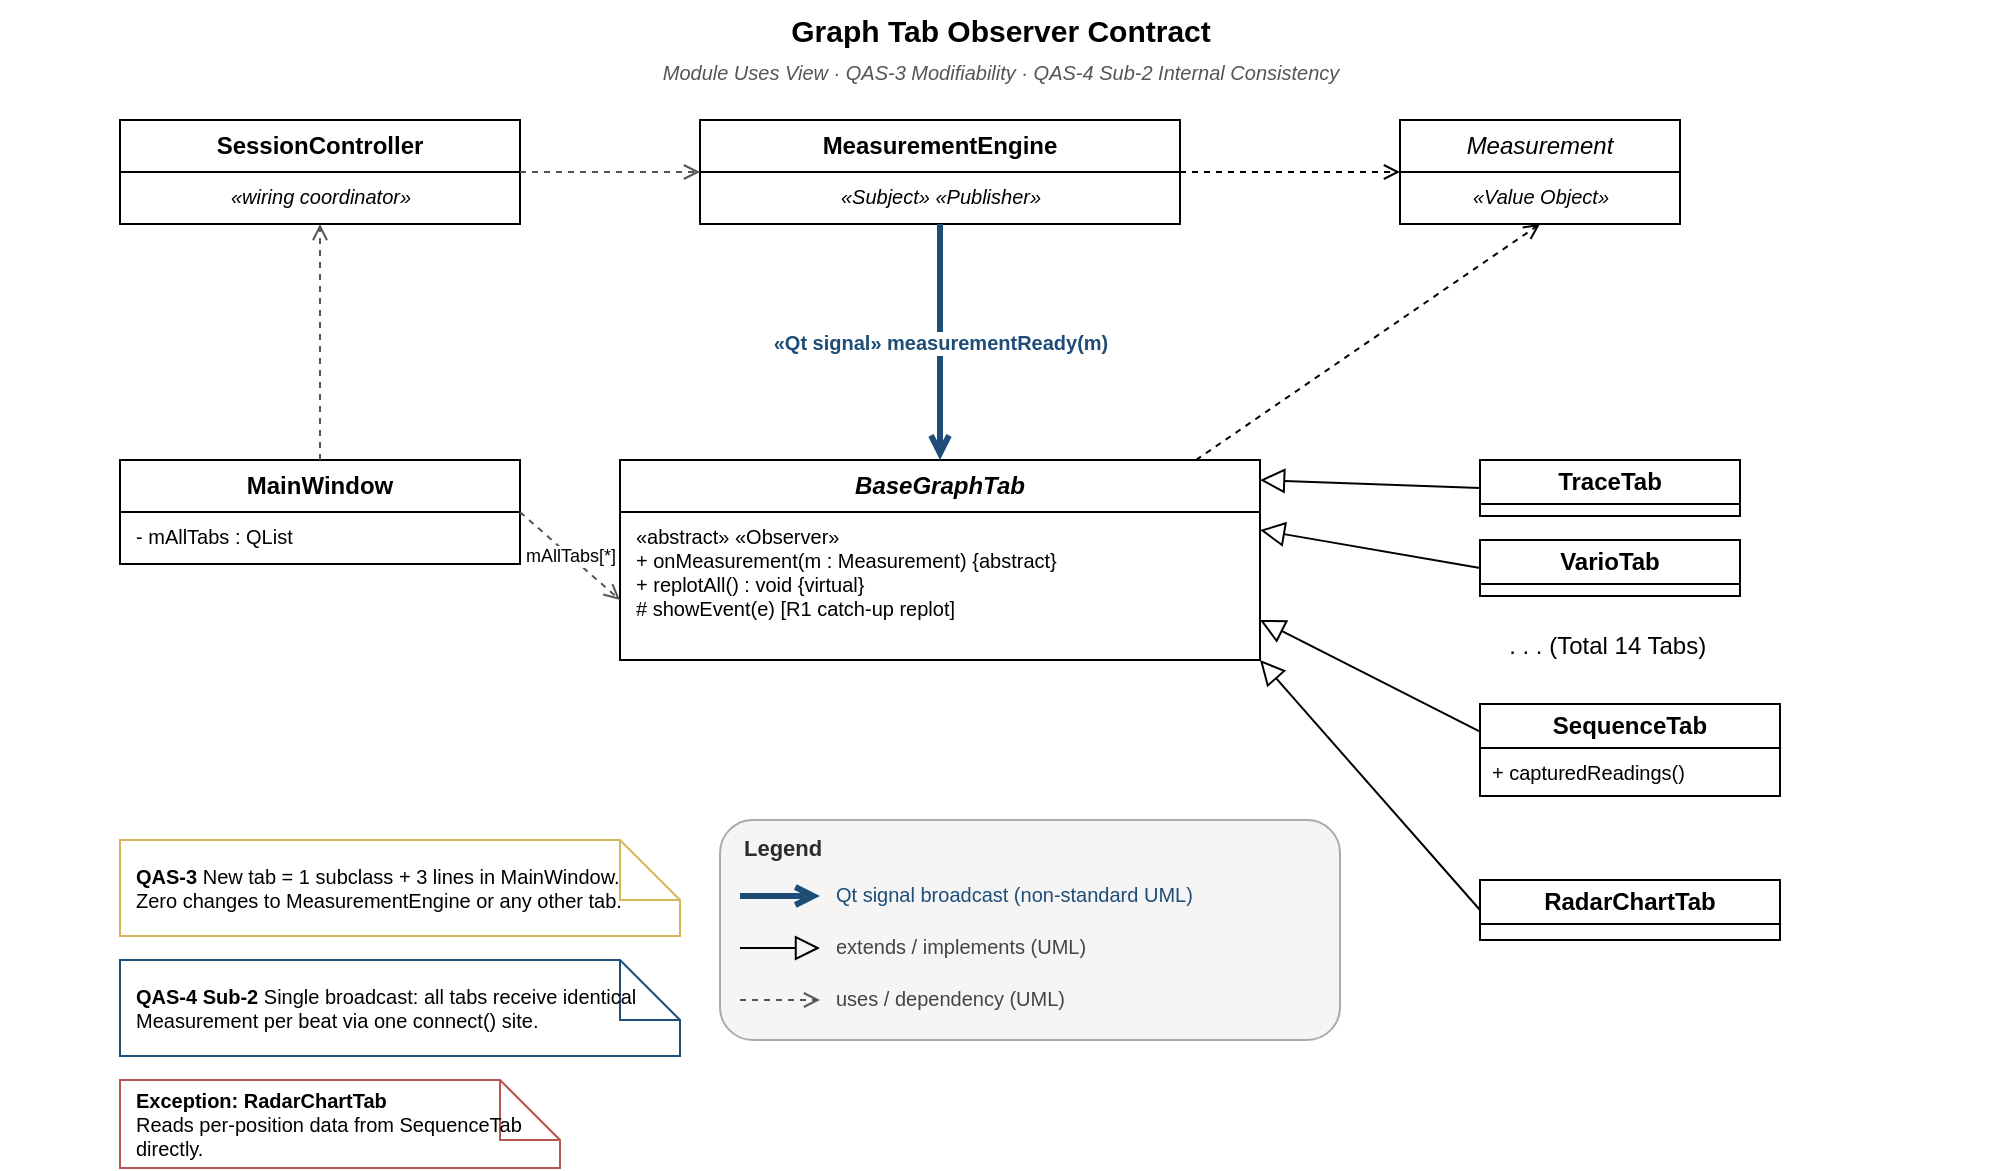
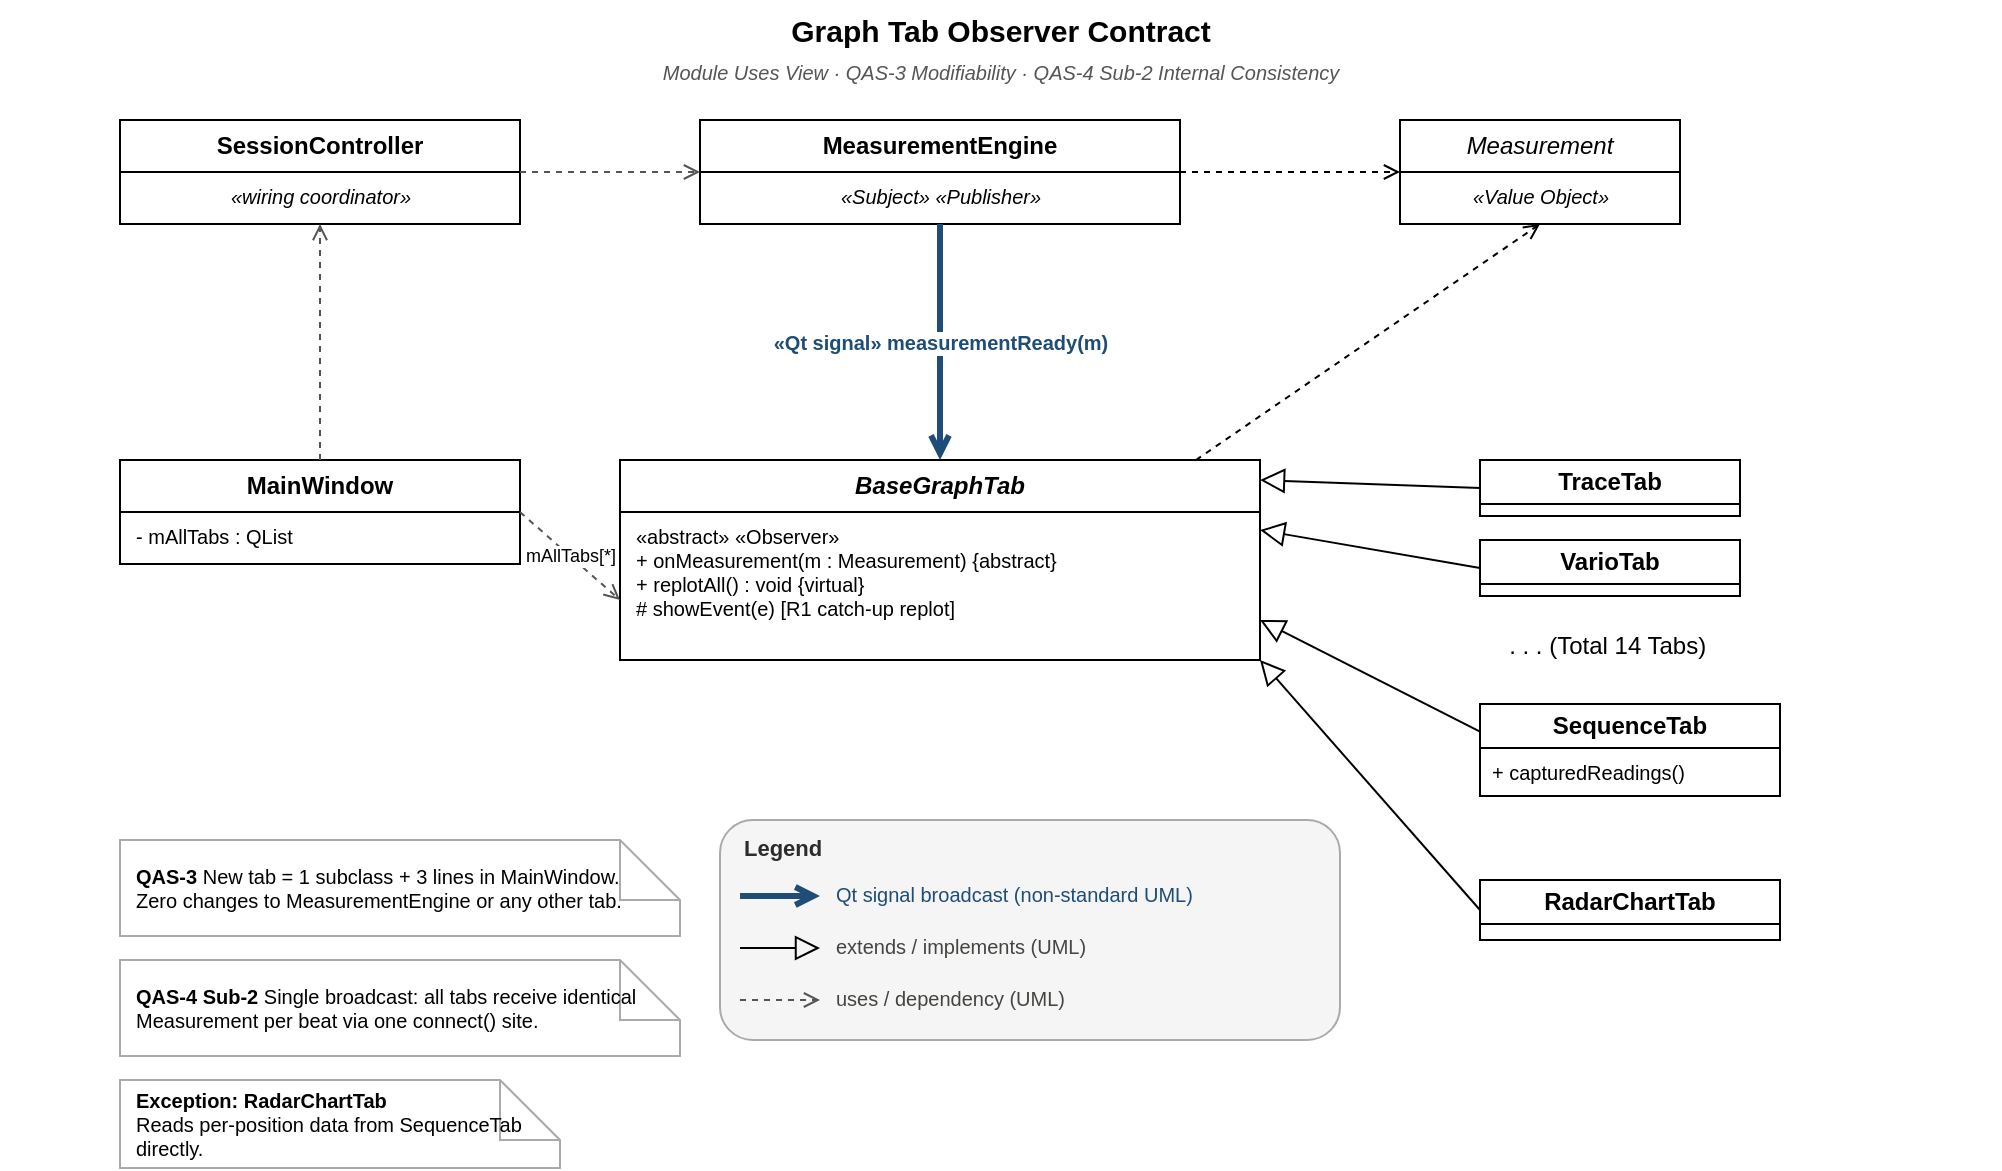
<mxfile host="65bd71144e">
    <diagram id="graph-tab-observer-v5" name="Graph Tab Observer Contract View">
        <mxGraphModel dx="730" dy="827" grid="1" gridSize="10" guides="1" tooltips="1" connect="1" arrows="1" fold="1" page="1" pageScale="1" pageWidth="1200" pageHeight="800" math="0" shadow="0">
            <root>
                <mxCell id="0"/>
                <mxCell id="1" parent="0"/>
                <mxCell id="title" value="Graph Tab Observer Contract" style="text;html=1;strokeColor=none;fillColor=none;align=center;fontSize=15;fontStyle=1;" parent="1" vertex="1">
                    <mxGeometry y="10" width="1000" height="24" as="geometry"/>
                </mxCell>
                <mxCell id="subtitle" value="Module Uses View &amp;#183; QAS-3 Modifiability &amp;#183; QAS-4 Sub-2 Internal Consistency" style="text;html=1;strokeColor=none;fillColor=none;align=center;fontSize=10;fontStyle=2;fontColor=#555555;" parent="1" vertex="1">
                    <mxGeometry y="34" width="1000" height="16" as="geometry"/>
                </mxCell>
                <mxCell id="me" value="MeasurementEngine" style="swimlane;fontStyle=1;startSize=26;whiteSpace=wrap;html=1;fillColor=#ffffff;strokeColor=#000000;" parent="1" vertex="1">
                    <mxGeometry x="350" y="70" width="240" height="52" as="geometry"/>
                </mxCell>
                <mxCell id="meBody" value="&amp;#171;Subject&amp;#187; &amp;#171;Publisher&amp;#187;" style="text;html=1;align=center;verticalAlign=top;fontSize=10;fontStyle=2;" parent="me" vertex="1">
                    <mxGeometry y="26" width="240" height="26" as="geometry"/>
                </mxCell>
                <mxCell id="sc" value="SessionController" style="swimlane;fontStyle=1;startSize=26;whiteSpace=wrap;html=1;fillColor=#ffffff;strokeColor=#000000;" parent="1" vertex="1">
                    <mxGeometry x="60" y="70" width="200" height="52" as="geometry"/>
                </mxCell>
                <mxCell id="scBody" value="&amp;#171;wiring coordinator&amp;#187;" style="text;html=1;align=center;verticalAlign=top;fontSize=10;fontStyle=2;" parent="sc" vertex="1">
                    <mxGeometry y="26" width="200" height="26" as="geometry"/>
                </mxCell>
                <mxCell id="meas" value="Measurement" style="swimlane;fontStyle=2;startSize=26;whiteSpace=wrap;html=1;fillColor=#ffffff;strokeColor=#000000;" parent="1" vertex="1">
                    <mxGeometry x="700" y="70" width="140" height="52" as="geometry"/>
                </mxCell>
                <mxCell id="measBody" value="&amp;#171;Value Object&amp;#187;" style="text;html=1;align=center;verticalAlign=top;fontSize=10;fontStyle=2;" parent="meas" vertex="1">
                    <mxGeometry y="26" width="140" height="26" as="geometry"/>
                </mxCell>
                <mxCell id="base" value="BaseGraphTab" style="swimlane;fontStyle=3;startSize=26;whiteSpace=wrap;html=1;fillColor=#ffffff;strokeColor=#000000;strokeWidth=1;" parent="1" vertex="1">
                    <mxGeometry x="310" y="240" width="320" height="100" as="geometry"/>
                </mxCell>
                <mxCell id="baseBody" value="&amp;#171;abstract&amp;#187; &amp;#171;Observer&amp;#187;&lt;br&gt;+ onMeasurement(m : Measurement) {abstract}&lt;br&gt;+ replotAll() : void {virtual}&lt;br&gt;# showEvent(e)  [R1 catch-up replot]" style="text;html=1;align=left;verticalAlign=top;spacingLeft=6;fontSize=10;" parent="base" vertex="1">
                    <mxGeometry y="26" width="320" height="74" as="geometry"/>
                </mxCell>
                <mxCell id="mw" value="MainWindow" style="swimlane;fontStyle=1;startSize=26;whiteSpace=wrap;html=1;fillColor=#ffffff;strokeColor=#000000;" parent="1" vertex="1">
                    <mxGeometry x="60" y="240" width="200" height="52" as="geometry"/>
                </mxCell>
                <mxCell id="mwBody" value="- mAllTabs : QList&lt;BaseGraphTab*&gt;" style="text;html=1;align=left;verticalAlign=top;spacingLeft=6;fontSize=10;" parent="mw" vertex="1">
                    <mxGeometry y="26" width="200" height="26" as="geometry"/>
                </mxCell>
                <mxCell id="trace" value="TraceTab" style="swimlane;fontStyle=1;startSize=22;whiteSpace=wrap;html=1;fillColor=#ffffff;strokeColor=#000000;" parent="1" vertex="1">
                    <mxGeometry x="740" y="240" width="130" height="28" as="geometry"/>
                </mxCell>
                <mxCell id="vario" value="VarioTab" style="swimlane;fontStyle=1;startSize=22;whiteSpace=wrap;html=1;fillColor=#ffffff;strokeColor=#000000;" parent="1" vertex="1">
                    <mxGeometry x="740" y="280" width="130" height="28" as="geometry"/>
                </mxCell>
                <mxCell id="seq" value="SequenceTab" style="swimlane;fontStyle=1;startSize=22;whiteSpace=wrap;html=1;fillColor=#ffffff;strokeColor=#000000;" parent="1" vertex="1">
                    <mxGeometry x="740" y="362" width="150" height="46" as="geometry"/>
                </mxCell>
                <mxCell id="seqBody" value="+ capturedReadings()" style="text;html=1;align=left;verticalAlign=top;spacingLeft=4;fontSize=10;" parent="seq" vertex="1">
                    <mxGeometry y="22" width="150" height="24" as="geometry"/>
                </mxCell>
                <mxCell id="radar" value="RadarChartTab" style="swimlane;fontStyle=1;startSize=22;whiteSpace=wrap;html=1;fillColor=#ffffff;strokeColor=#000000;strokeWidth=1;" parent="1" vertex="1">
                    <mxGeometry x="740" y="450" width="150" height="30" as="geometry"/>
                </mxCell>
                <mxCell id="eMeMeas" value="" style="dashed=1;endArrow=open;endFill=0;html=1;strokeColor=#000000;exitX=1;exitY=0.5;exitDx=0;exitDy=0;entryX=0;entryY=0.5;entryDx=0;entryDy=0;" parent="1" source="me" target="meas" edge="1">
                    <mxGeometry relative="1" as="geometry"/>
                </mxCell>
                <mxCell id="eBaseMeas" value="" style="dashed=1;endArrow=open;endFill=0;html=1;strokeColor=#000000;exitX=0.9;exitY=0;exitDx=0;exitDy=0;entryX=0.5;entryY=1;entryDx=0;entryDy=0;" parent="1" source="base" target="meas" edge="1">
                    <mxGeometry relative="1" as="geometry"/>
                </mxCell>
                <mxCell id="eSig" value="&amp;#171;Qt signal&amp;#187; measurementReady(m)" style="endArrow=open;endFill=0;html=1;strokeColor=#1e4d78;strokeWidth=3;fontSize=10;fontColor=#1e4d78;fontStyle=1;exitX=0.5;exitY=1;exitDx=0;exitDy=0;entryX=0.5;entryY=0;entryDx=0;entryDy=0;" parent="1" source="me" target="base" edge="1">
                    <mxGeometry relative="1" as="geometry"/>
                </mxCell>
                <mxCell id="eScMe" value="" style="dashed=1;endArrow=open;endFill=0;html=1;strokeColor=#555555;fontSize=9;" parent="1" source="sc" target="me" edge="1">
                    <mxGeometry relative="1" as="geometry">
                        <mxPoint as="offset"/>
                    </mxGeometry>
                </mxCell>
                <mxCell id="eMwSc" value="" style="dashed=1;endArrow=open;endFill=0;html=1;strokeColor=#555555;fontSize=9;exitX=0.5;exitY=0;exitDx=0;exitDy=0;entryX=0.5;entryY=1;entryDx=0;entryDy=0;" parent="1" source="mw" target="scBody" edge="1">
                    <mxGeometry relative="1" as="geometry">
                        <Array as="points">
                            <mxPoint x="160" y="200"/>
                            <mxPoint x="160" y="122"/>
                        </Array>
                    </mxGeometry>
                </mxCell>
                <mxCell id="eMwBase" value="mAllTabs[*]" style="dashed=1;endArrow=open;endFill=0;html=1;strokeColor=#555555;fontSize=9;exitX=1;exitY=0.5;exitDx=0;exitDy=0;entryX=0;entryY=0.7;entryDx=0;entryDy=0;" parent="1" source="mw" target="base" edge="1">
                    <mxGeometry relative="1" as="geometry"/>
                </mxCell>
                <mxCell id="eTrace" value="" style="endArrow=block;endFill=0;endSize=10;html=1;strokeColor=#000000;exitX=0;exitY=0.5;exitDx=0;exitDy=0;entryX=1;entryY=0.1;entryDx=0;entryDy=0;" parent="1" source="trace" target="base" edge="1">
                    <mxGeometry relative="1" as="geometry"/>
                </mxCell>
                <mxCell id="eVario" value="" style="endArrow=block;endFill=0;endSize=10;html=1;strokeColor=#000000;exitX=0;exitY=0.5;exitDx=0;exitDy=0;entryX=1;entryY=0.35;entryDx=0;entryDy=0;" parent="1" source="vario" target="base" edge="1">
                    <mxGeometry relative="1" as="geometry"/>
                </mxCell>
                <mxCell id="eSeq" value="" style="endArrow=block;endFill=0;endSize=10;html=1;strokeColor=#000000;exitX=0;exitY=0.3;exitDx=0;exitDy=0;entryX=1;entryY=0.8;entryDx=0;entryDy=0;" parent="1" source="seq" target="base" edge="1">
                    <mxGeometry relative="1" as="geometry"/>
                </mxCell>
-                 <mxCell id="noteQas3" value="&lt;b&gt;QAS-3&lt;/b&gt; New tab = 1 subclass + 3 lines in MainWindow.&lt;br&gt;Zero changes to MeasurementEngine or any other tab." style="shape=note;whiteSpace=wrap;html=1;fillColor=#ffffff;strokeColor=#d6b656;fontSize=10;align=left;spacingLeft=6;" parent="1" vertex="1">
+                 <mxCell id="noteQas3" value="&lt;b&gt;QAS-3&lt;/b&gt; New tab = 1 subclass + 3 lines in MainWindow.&lt;br&gt;Zero changes to MeasurementEngine or any other tab." style="shape=note;whiteSpace=wrap;html=1;fillColor=#ffffff;strokeColor=#AAAAAA;fontSize=10;align=left;spacingLeft=6;" parent="1" vertex="1">
                    <mxGeometry x="60" y="430" width="280" height="48" as="geometry"/>
                </mxCell>
-                 <mxCell id="noteQas4" value="&lt;b&gt;QAS-4 Sub-2&lt;/b&gt; Single broadcast: all tabs receive identical&lt;br&gt;Measurement per beat via one connect() site." style="shape=note;whiteSpace=wrap;html=1;fillColor=#ffffff;strokeColor=#1e4d78;fontSize=10;align=left;spacingLeft=6;" parent="1" vertex="1">
+                 <mxCell id="noteQas4" value="&lt;b&gt;QAS-4 Sub-2&lt;/b&gt; Single broadcast: all tabs receive identical&lt;br&gt;Measurement per beat via one connect() site." style="shape=note;whiteSpace=wrap;html=1;fillColor=#ffffff;strokeColor=#AAAAAA;fontSize=10;align=left;spacingLeft=6;" parent="1" vertex="1">
                    <mxGeometry x="60" y="490" width="280" height="48" as="geometry"/>
                </mxCell>
-                 <mxCell id="noteEx" value="&lt;b&gt;Exception: RadarChartTab&lt;/b&gt;&lt;br&gt;Reads per-position data from SequenceTab directly." style="shape=note;whiteSpace=wrap;html=1;fillColor=#ffffff;strokeColor=#b85450;fontSize=10;align=left;spacingLeft=6;" parent="1" vertex="1">
+                 <mxCell id="noteEx" value="&lt;b&gt;Exception: RadarChartTab&lt;/b&gt;&lt;br&gt;Reads per-position data from SequenceTab directly." style="shape=note;whiteSpace=wrap;html=1;fillColor=#ffffff;strokeColor=#AAAAAA;fontSize=10;align=left;spacingLeft=6;" parent="1" vertex="1">
                    <mxGeometry x="60" y="550" width="220" height="44" as="geometry"/>
                </mxCell>
                <mxCell id="notation" value="" style="rounded=1;whiteSpace=wrap;html=1;fillColor=#F5F5F5;strokeColor=#AAAAAA;" parent="1" vertex="1">
                    <mxGeometry x="360" y="420" width="310" height="110" as="geometry"/>
                </mxCell>
                <mxCell id="leg-title" value="Legend" style="text;html=1;align=left;verticalAlign=middle;strokeColor=none;fillColor=none;fontStyle=1;fontSize=11;fontColor=#2C2C2A;" parent="1" vertex="1">
                    <mxGeometry x="370" y="426" width="290" height="16" as="geometry"/>
                </mxCell>
                <mxCell id="leg-qt-arr" style="endArrow=open;endFill=0;html=1;strokeColor=#1e4d78;strokeWidth=3;" edge="1" parent="1">
                    <mxGeometry relative="1" as="geometry"><mxPoint x="370" y="458" as="sourcePoint"/><mxPoint x="410" y="458" as="targetPoint"/></mxGeometry>
                </mxCell>
                <mxCell id="leg-qt-lbl" value="Qt signal broadcast (non-standard UML)" style="text;html=1;align=left;verticalAlign=middle;strokeColor=none;fillColor=none;fontSize=10;fontColor=#1e4d78;" parent="1" vertex="1">
                    <mxGeometry x="416" y="448" width="248" height="18" as="geometry"/>
                </mxCell>
                <mxCell id="leg-inh-arr" style="endArrow=block;endFill=0;endSize=10;html=1;strokeColor=#000000;" edge="1" parent="1">
                    <mxGeometry relative="1" as="geometry"><mxPoint x="370" y="484" as="sourcePoint"/><mxPoint x="410" y="484" as="targetPoint"/></mxGeometry>
                </mxCell>
                <mxCell id="leg-inh-lbl" value="extends / implements (UML)" style="text;html=1;align=left;verticalAlign=middle;strokeColor=none;fillColor=none;fontSize=10;fontColor=#444441;" parent="1" vertex="1">
                    <mxGeometry x="416" y="474" width="248" height="18" as="geometry"/>
                </mxCell>
                <mxCell id="leg-dep-arr" style="dashed=1;endArrow=open;endFill=0;html=1;strokeColor=#555555;" edge="1" parent="1">
                    <mxGeometry relative="1" as="geometry"><mxPoint x="370" y="510" as="sourcePoint"/><mxPoint x="410" y="510" as="targetPoint"/></mxGeometry>
                </mxCell>
                <mxCell id="leg-dep-lbl" value="uses / dependency (UML)" style="text;html=1;align=left;verticalAlign=middle;strokeColor=none;fillColor=none;fontSize=10;fontColor=#444441;" parent="1" vertex="1">
                    <mxGeometry x="416" y="500" width="248" height="18" as="geometry"/>
                </mxCell>
                <mxCell id="3" value=". . . (Total 14 Tabs)&amp;nbsp;" style="text;html=1;align=center;verticalAlign=middle;resizable=0;points=[];autosize=1;strokeColor=none;fillColor=none;" vertex="1" parent="1">
                    <mxGeometry x="740" y="318" width="130" height="30" as="geometry"/>
                </mxCell>
                <mxCell id="4" value="" style="endArrow=block;endFill=0;endSize=10;html=1;strokeColor=#000000;exitX=0;exitY=0.5;exitDx=0;exitDy=0;entryX=1;entryY=1;entryDx=0;entryDy=0;" edge="1" parent="1" source="radar" target="baseBody">
                    <mxGeometry relative="1" as="geometry">
                        <mxPoint x="750" y="386" as="sourcePoint"/>
                        <mxPoint x="640" y="330" as="targetPoint"/>
                    </mxGeometry>
                </mxCell>
            </root>
        </mxGraphModel>
    </diagram>
</mxfile>